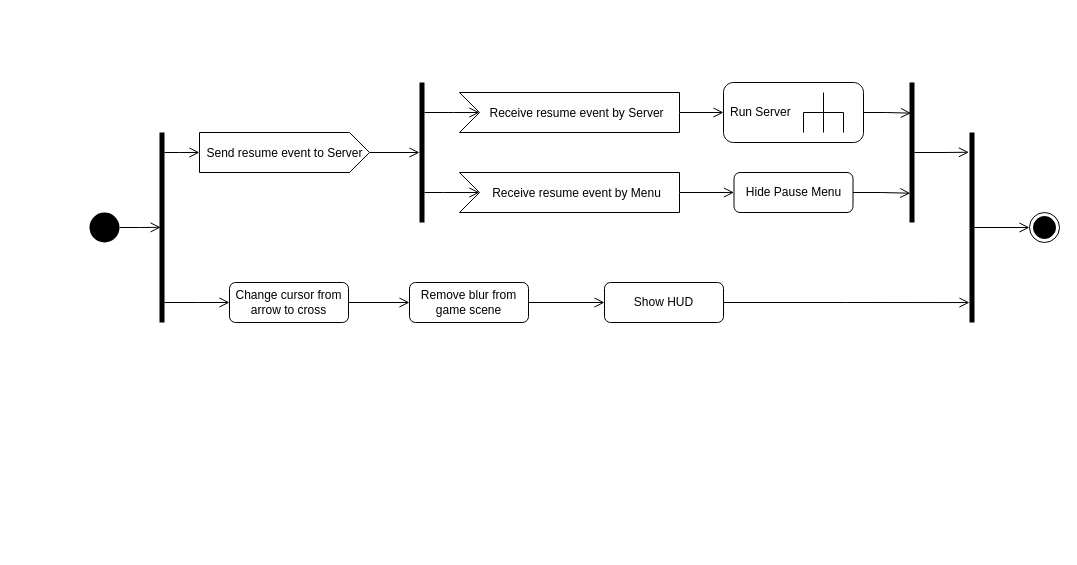
Above: doc/activity_diagrams/singleplayer/resume_game.drawio in TadekBiela/heisttown (draw.io), before the change. Source tidied: cells renumbered, new cells numbered last; positions are measured from the earlier drawing's top-left corner, leaving out a move shared by most shapes. Both pictures are drawn from the tidied source at 100%, with x=0, y=0 at pixel (89, 82).
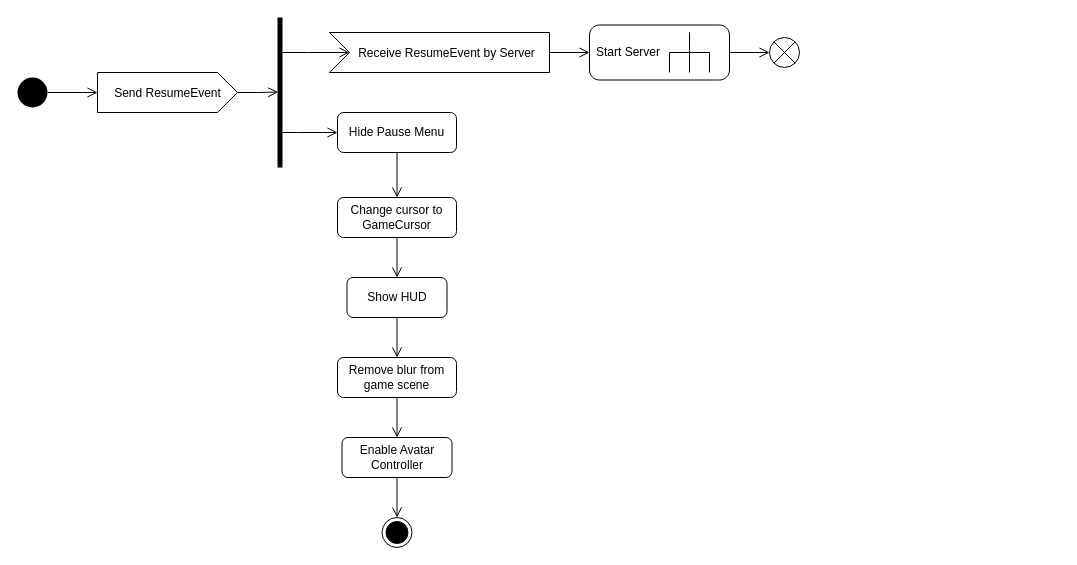
The same diagram, later.

Commit message (it also covers changes not shown here):
Update resume game activity diagram for singleplayer

Diff of the diagram source:
```diff
@@
-    <mxCell id="2" style="edgeStyle=orthogonalEdgeStyle;rounded=0;jettySize=auto;html=1;entryX=0.231;entryY=0.499;entryDx=0;entryDy=0;entryPerimeter=0;endArrow=open;endFill=0;endSize=8;" parent="1" edge="1" source="3" target="8">
+    <mxCell id="2" style="edgeStyle=orthogonalEdgeStyle;rounded=0;jettySize=auto;html=1;entryX=0;entryY=0;entryDx=0;entryDy=20;entryPerimeter=0;endArrow=open;endFill=0;endSize=8;" parent="1" edge="1" source="3" target="5">
       <mxGeometry relative="1" as="geometry" />
     </mxCell>
     <mxCell id="3" style="ellipse;fillColor=#000000;strokeColor=none;" parent="1" vertex="1">
-      <mxGeometry y="130" width="30" height="30" as="geometry" />
+      <mxGeometry x="-72" y="-5" width="30" height="30" as="geometry" />
     </mxCell>
-    <mxCell id="4" style="edgeStyle=orthogonalEdgeStyle;rounded=0;jettySize=auto;html=1;endArrow=open;endFill=0;endSize=8;" parent="1" edge="1" source="5" target="11">
-      <mxGeometry relative="1" as="geometry" />
-    </mxCell>
+    <mxCell id="31" style="edgeStyle=orthogonalEdgeStyle;rounded=0;jettySize=auto;html=1;entryX=0.143;entryY=0.497;entryDx=0;entryDy=0;entryPerimeter=0;endSize=8;strokeWidth=1;endArrow=open;endFill=0;" parent="1" edge="1" source="5" target="39">
+      <mxGeometry relative="1" as="geometry" />
+    </mxCell>
-    <mxCell id="5" value="&lt;span style=&quot;font-size: 12px;&quot;&gt;Send resume event to Server&lt;/span&gt;" style="html=1;shape=mxgraph.infographic.ribbonSimple;notch1=0;notch2=20;align=center;verticalAlign=middle;fontSize=14;fontStyle=0;fillColor=#FFFFFF;strokeColor=#000000;" parent="1" vertex="1">
-      <mxGeometry x="110" y="50" width="170" height="40" as="geometry" />
+    <mxCell id="5" value="&lt;span style=&quot;font-size: 12px;&quot;&gt;Send ResumeEvent&lt;/span&gt;" style="html=1;shape=mxgraph.infographic.ribbonSimple;notch1=0;notch2=20;align=center;verticalAlign=middle;fontSize=14;fontStyle=0;fillColor=#FFFFFF;strokeColor=#000000;" parent="1" vertex="1">
+      <mxGeometry x="8" y="-10" width="140" height="40" as="geometry" />
     </mxCell>
-    <mxCell id="6" style="edgeStyle=orthogonalEdgeStyle;rounded=0;jettySize=auto;html=1;endArrow=open;endFill=0;endSize=8;" parent="1" edge="1" source="8" target="23">
-      <mxGeometry relative="1" as="geometry">
-        <Array as="points">
-          <mxPoint x="109" y="220" />
-          <mxPoint x="109" y="220" />
-        </Array>
-      </mxGeometry>
-    </mxCell>
-    <mxCell id="7" style="edgeStyle=orthogonalEdgeStyle;rounded=0;jettySize=auto;html=1;endArrow=open;endFill=0;endSize=8;" parent="1" edge="1" source="8" target="5">
-      <mxGeometry relative="1" as="geometry">
-        <Array as="points">
-          <mxPoint x="90" y="70" />
-          <mxPoint x="90" y="70" />
-        </Array>
-      </mxGeometry>
-    </mxCell>
-    <mxCell id="8" style="html=1;points=[];perimeter=orthogonalPerimeter;fillColor=#000000;strokeColor=none;" parent="1" vertex="1">
-      <mxGeometry x="70" y="50" width="5" height="190" as="geometry" />
-    </mxCell>
-    <mxCell id="9" style="edgeStyle=orthogonalEdgeStyle;rounded=0;jettySize=auto;html=1;entryX=0;entryY=0;entryDx=20;entryDy=20;entryPerimeter=0;endArrow=open;endFill=0;endSize=8;" parent="1" edge="1" source="11" target="13">
-      <mxGeometry relative="1" as="geometry">
-        <Array as="points">
-          <mxPoint x="364" y="30" />
-          <mxPoint x="364" y="30" />
-        </Array>
-      </mxGeometry>
-    </mxCell>
-    <mxCell id="10" style="edgeStyle=orthogonalEdgeStyle;rounded=0;jettySize=auto;html=1;entryX=0;entryY=0;entryDx=20;entryDy=20;entryPerimeter=0;endArrow=open;endFill=0;endSize=8;" parent="1" edge="1" source="11" target="15">
-      <mxGeometry relative="1" as="geometry">
-        <Array as="points">
-          <mxPoint x="354" y="110" />
-          <mxPoint x="354" y="110" />
-        </Array>
-      </mxGeometry>
-    </mxCell>
-    <mxCell id="11" style="html=1;points=[];perimeter=orthogonalPerimeter;fillColor=#000000;strokeColor=none;" parent="1" vertex="1">
-      <mxGeometry x="330" width="5" height="140" as="geometry" />
-    </mxCell>
@@
-    <mxCell id="13" value="&lt;span style=&quot;font-size: 12px;&quot;&gt;Receive resume event by Server&lt;/span&gt;" style="html=1;shape=mxgraph.infographic.ribbonSimple;notch1=20;notch2=0;align=center;verticalAlign=middle;fontSize=14;fontStyle=0;fillColor=#FFFFFF;flipH=0;spacingRight=0;spacingLeft=14;strokeColor=#000000;" parent="1" vertex="1">
-      <mxGeometry x="370" y="10" width="220" height="40" as="geometry" />
+    <mxCell id="13" value="&lt;span style=&quot;font-size: 12px;&quot;&gt;Receive ResumeEvent by Server&lt;/span&gt;" style="html=1;shape=mxgraph.infographic.ribbonSimple;notch1=20;notch2=0;align=center;verticalAlign=middle;fontSize=14;fontStyle=0;fillColor=#FFFFFF;flipH=0;spacingRight=0;spacingLeft=14;strokeColor=#000000;" parent="1" vertex="1">
+      <mxGeometry x="240" y="-50" width="220" height="40" as="geometry" />
     </mxCell>
-    <mxCell id="14" style="edgeStyle=orthogonalEdgeStyle;rounded=0;jettySize=auto;html=1;endArrow=open;endFill=0;endSize=8;" parent="1" edge="1" source="15" target="17">
-      <mxGeometry relative="1" as="geometry" />
-    </mxCell>
-    <mxCell id="15" value="&lt;span style=&quot;font-size: 12px;&quot;&gt;Receive resume event by Menu&lt;/span&gt;" style="html=1;shape=mxgraph.infographic.ribbonSimple;notch1=20;notch2=0;align=center;verticalAlign=middle;fontSize=14;fontStyle=0;fillColor=#FFFFFF;flipH=0;spacingRight=0;spacingLeft=14;strokeColor=#000000;" parent="1" vertex="1">
-      <mxGeometry x="370" y="90" width="220" height="40" as="geometry" />
-    </mxCell>
-    <mxCell id="16" style="edgeStyle=orthogonalEdgeStyle;rounded=0;jettySize=auto;html=1;entryX=0.159;entryY=0.791;entryDx=0;entryDy=0;entryPerimeter=0;endArrow=open;endFill=0;endSize=8;" parent="1" edge="1" source="17" target="21">
-      <mxGeometry relative="1" as="geometry" />
-    </mxCell>
+    <mxCell id="32" style="edgeStyle=orthogonalEdgeStyle;rounded=0;jettySize=auto;html=1;entryX=0.5;entryY=0;entryDx=0;entryDy=0;endArrow=open;endFill=0;endSize=8;strokeWidth=1;" parent="1" edge="1" source="17" target="23">
+      <mxGeometry relative="1" as="geometry" />
+    </mxCell>
     <mxCell id="17" value="Hide Pause Menu" style="rounded=1;whiteSpace=wrap;html=1;" parent="1" vertex="1">
-      <mxGeometry x="644.5" y="90" width="119" height="40" as="geometry" />
+      <mxGeometry x="248" y="30" width="119" height="40" as="geometry" />
     </mxCell>
-    <mxCell id="18" style="edgeStyle=orthogonalEdgeStyle;rounded=0;jettySize=auto;html=1;entryX=0.297;entryY=0.219;entryDx=0;entryDy=0;entryPerimeter=0;endArrow=open;endFill=0;endSize=8;" parent="1" edge="1" source="19" target="21">
-      <mxGeometry relative="1" as="geometry" />
-    </mxCell>
+    <mxCell id="33" style="edgeStyle=orthogonalEdgeStyle;rounded=0;jettySize=auto;html=1;entryX=0;entryY=0.5;entryDx=0;entryDy=0;endArrow=open;endFill=0;endSize=8;strokeWidth=1;" parent="1" edge="1" source="19" target="40">
+      <mxGeometry relative="1" as="geometry" />
+    </mxCell>
-    <mxCell id="19" value="Run Server" style="shape=mxgraph.uml25.behaviorAction;html=1;rounded=1;absoluteArcSize=1;arcSize=10;align=left;spacingLeft=5;" parent="1" vertex="1">
-      <mxGeometry x="634" width="140" height="60" as="geometry" />
+    <mxCell id="19" value="Start Server" style="shape=mxgraph.uml25.behaviorAction;html=1;rounded=1;absoluteArcSize=1;arcSize=10;align=left;spacingLeft=5;" parent="1" vertex="1">
+      <mxGeometry x="500" y="-57.5" width="140" height="55" as="geometry" />
     </mxCell>
-    <mxCell id="20" style="edgeStyle=orthogonalEdgeStyle;rounded=0;jettySize=auto;html=1;entryX=-0.115;entryY=0.104;entryDx=0;entryDy=0;entryPerimeter=0;endArrow=open;endFill=0;endSize=8;" parent="1" edge="1" source="21" target="29">
-      <mxGeometry relative="1" as="geometry" />
-    </mxCell>
-    <mxCell id="21" style="html=1;points=[];perimeter=orthogonalPerimeter;fillColor=#000000;strokeColor=none;" parent="1" vertex="1">
-      <mxGeometry x="820" width="5" height="140" as="geometry" />
-    </mxCell>
-    <mxCell id="22" style="edgeStyle=orthogonalEdgeStyle;rounded=0;jettySize=auto;html=1;endArrow=open;endFill=0;endSize=8;" parent="1" edge="1" source="23" target="25">
-      <mxGeometry relative="1" as="geometry" />
-    </mxCell>
+    <mxCell id="34" style="edgeStyle=orthogonalEdgeStyle;rounded=0;jettySize=auto;html=1;endArrow=open;endFill=0;endSize=8;strokeWidth=1;" parent="1" edge="1" source="23" target="27">
+      <mxGeometry relative="1" as="geometry" />
+    </mxCell>
-    <mxCell id="23" value="Change cursor from arrow to cross" style="rounded=1;whiteSpace=wrap;html=1;" parent="1" vertex="1">
-      <mxGeometry x="140" y="200" width="119" height="40" as="geometry" />
+    <mxCell id="23" value="Change cursor to GameCursor" style="rounded=1;whiteSpace=wrap;html=1;" parent="1" vertex="1">
+      <mxGeometry x="248" y="115" width="119" height="40" as="geometry" />
     </mxCell>
-    <mxCell id="24" style="edgeStyle=orthogonalEdgeStyle;rounded=0;jettySize=auto;html=1;endArrow=open;endFill=0;endSize=8;" parent="1" edge="1" source="25" target="27">
-      <mxGeometry relative="1" as="geometry" />
-    </mxCell>
+    <mxCell id="35" style="edgeStyle=orthogonalEdgeStyle;rounded=0;jettySize=auto;html=1;endArrow=open;endFill=0;endSize=8;strokeWidth=1;" parent="1" edge="1" source="25" target="42">
+      <mxGeometry relative="1" as="geometry" />
+    </mxCell>
     <mxCell id="25" value="Remove blur from game scene" style="rounded=1;whiteSpace=wrap;html=1;" parent="1" vertex="1">
-      <mxGeometry x="320" y="200" width="119" height="40" as="geometry" />
+      <mxGeometry x="248" y="275" width="119" height="40" as="geometry" />
     </mxCell>
-    <mxCell id="26" style="edgeStyle=orthogonalEdgeStyle;rounded=0;jettySize=auto;html=1;endArrow=open;endFill=0;endSize=8;entryX=0;entryY=0.895;entryDx=0;entryDy=0;entryPerimeter=0;" parent="1" edge="1" source="27" target="29">
-      <mxGeometry relative="1" as="geometry" />
-    </mxCell>
+    <mxCell id="36" style="edgeStyle=orthogonalEdgeStyle;rounded=0;jettySize=auto;html=1;endArrow=open;endFill=0;endSize=8;strokeWidth=1;" parent="1" edge="1" source="27" target="25">
+      <mxGeometry relative="1" as="geometry" />
+    </mxCell>
     <mxCell id="27" value="Show HUD" style="rounded=1;whiteSpace=wrap;html=1;" parent="1" vertex="1">
-      <mxGeometry x="515" y="200" width="119" height="40" as="geometry" />
+      <mxGeometry x="257.5" y="195" width="100" height="40" as="geometry" />
     </mxCell>
-    <mxCell id="28" style="edgeStyle=orthogonalEdgeStyle;rounded=0;jettySize=auto;html=1;endArrow=open;endFill=0;endSize=8;" parent="1" edge="1" source="29" target="30">
-      <mxGeometry relative="1" as="geometry" />
-    </mxCell>
-    <mxCell id="29" style="html=1;points=[];perimeter=orthogonalPerimeter;fillColor=#000000;strokeColor=none;" parent="1" vertex="1">
-      <mxGeometry x="880" y="50" width="5" height="190" as="geometry" />
-    </mxCell>
-    <mxCell id="30" style="ellipse;html=1;shape=endState;fillColor=#000000;strokeColor=#000000;" parent="1" vertex="1">
-      <mxGeometry x="940" y="130" width="30" height="30" as="geometry" />
-    </mxCell>
+    <mxCell id="37" style="edgeStyle=orthogonalEdgeStyle;rounded=0;jettySize=auto;html=1;entryX=0;entryY=0;entryDx=20;entryDy=20;entryPerimeter=0;endArrow=open;endFill=0;endSize=8;strokeWidth=1;" parent="1" edge="1" source="39" target="13">
+      <mxGeometry relative="1" as="geometry">
+        <Array as="points">
+          <mxPoint x="218" y="-30" />
+          <mxPoint x="218" y="-30" />
+        </Array>
+      </mxGeometry>
+    </mxCell>
+    <mxCell id="38" style="edgeStyle=orthogonalEdgeStyle;rounded=0;jettySize=auto;html=1;endArrow=open;endFill=0;endSize=8;strokeWidth=1;" parent="1" edge="1" source="39" target="17">
+      <mxGeometry relative="1" as="geometry">
+        <Array as="points">
+          <mxPoint x="208" y="50" />
+          <mxPoint x="208" y="50" />
+        </Array>
+      </mxGeometry>
+    </mxCell>
+    <mxCell id="39" style="html=1;points=[];perimeter=orthogonalPerimeter;fillColor=#000000;strokeColor=none;" parent="1" vertex="1">
+      <mxGeometry x="188" y="-65" width="5" height="150" as="geometry" />
+    </mxCell>
+    <mxCell id="40" style="shape=sumEllipse;perimeter=ellipsePerimeter;whiteSpace=wrap;html=1;backgroundOutline=1;" parent="1" vertex="1">
+      <mxGeometry x="680" y="-45" width="30" height="30" as="geometry" />
+    </mxCell>
+    <mxCell id="41" style="edgeStyle=orthogonalEdgeStyle;rounded=0;jettySize=auto;html=1;entryX=0.5;entryY=0;entryDx=0;entryDy=0;endArrow=open;endFill=0;endSize=8;strokeWidth=1;" parent="1" edge="1" source="42" target="43">
+      <mxGeometry relative="1" as="geometry" />
+    </mxCell>
+    <mxCell id="42" value="Enable Avatar Controller" style="rounded=1;whiteSpace=wrap;html=1;" parent="1" vertex="1">
+      <mxGeometry x="252.5" y="355" width="110" height="40" as="geometry" />
+    </mxCell>
+    <mxCell id="43" style="ellipse;html=1;shape=endState;fillColor=#000000;strokeColor=#000000;" parent="1" vertex="1">
+      <mxGeometry x="292.5" y="435" width="30" height="30" as="geometry" />
+    </mxCell>
```
